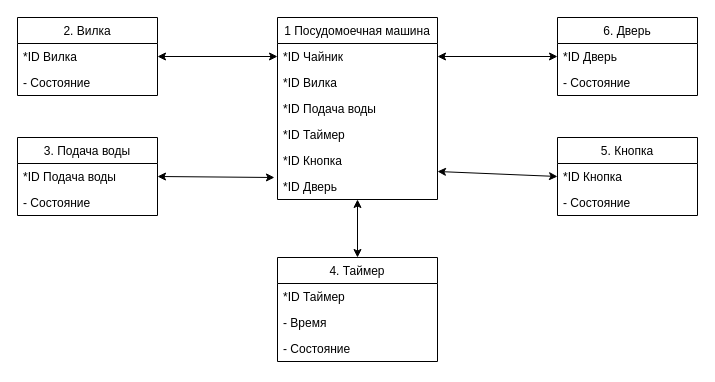
The draw.io diagram page "Инф. модель" (1 of 5) of lab_05/dishwasher.drawio in deniska-ned/bmstu_iu7_oop, before the edit. Source tidied: cells renumbered, new cells numbered last; positions are measured from the earlier drawing's top-left corner, leaving out a move shared by most shapes. Both pictures are drawn from the tidied source at 100%, with x=0, y=0 at pixel (17, 17).
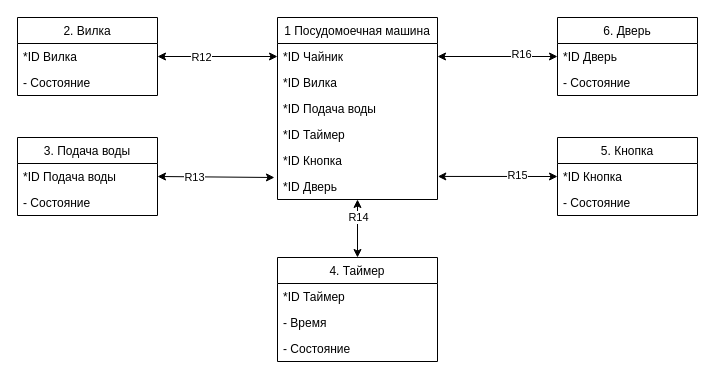
The same page after the edit.

The change refers to these unchanged cells:
```xml
<mxCell id="2" style="edgeStyle=none;rounded=0;jettySize=auto;html=1;exitX=0.5;exitY=1;exitDx=0;exitDy=0;entryX=0.5;entryY=0;entryDx=0;entryDy=0;startArrow=classic;startFill=1;" parent="1" edge="1" source="3" target="16">
  <mxGeometry relative="1" as="geometry" />
</mxCell>
<mxCell id="9" value="*ID Дверь" style="text;strokeColor=none;fillColor=none;align=left;verticalAlign=top;spacingLeft=4;spacingRight=4;overflow=hidden;points=[[0,0.5],[1,0.5]];portConstraint=eastwest;" parent="3" vertex="1">
  <mxGeometry y="156" width="160" height="26" as="geometry" />
</mxCell>
<mxCell id="24" value="*ID Кнопка" style="text;strokeColor=none;fillColor=none;align=left;verticalAlign=top;spacingLeft=4;spacingRight=4;overflow=hidden;points=[[0,0.5],[1,0.5]];portConstraint=eastwest;" parent="23" vertex="1">
  <mxGeometry y="26" width="140" height="26" as="geometry" />
</mxCell>
<mxCell id="26" style="rounded=0;jettySize=auto;html=1;exitX=1;exitY=0.5;exitDx=0;exitDy=0;entryX=0;entryY=0.5;entryDx=0;entryDy=0;startArrow=classic;startFill=1;" parent="1" edge="1" source="11" target="4">
  <mxGeometry relative="1" as="geometry" />
</mxCell>
<mxCell id="27" style="edgeStyle=none;rounded=0;jettySize=auto;html=1;exitX=-0.019;exitY=0.154;exitDx=0;exitDy=0;entryX=1;entryY=0.5;entryDx=0;entryDy=0;startArrow=classic;startFill=1;exitPerimeter=0;" parent="1" edge="1" source="9" target="14">
  <mxGeometry relative="1" as="geometry" />
</mxCell>
<mxCell id="29" style="edgeStyle=none;rounded=0;jettySize=auto;html=1;exitX=0;exitY=0.5;exitDx=0;exitDy=0;entryX=1;entryY=0.5;entryDx=0;entryDy=0;startArrow=classic;startFill=1;" parent="1" edge="1" source="21" target="4">
  <mxGeometry relative="1" as="geometry" />
</mxCell>
```

The edit, as a diff of the source:
```diff
@@
+    <mxCell id="30" value="R14" style="edgeLabel;html=1;align=center;verticalAlign=middle;" parent="2" vertex="1">
+      <mxGeometry x="-0.43" relative="1" as="geometry" />
+    </mxCell>
@@
+    <mxCell id="31" value="R12" style="edgeLabel;html=1;align=center;verticalAlign=middle;" parent="26" vertex="1">
+      <mxGeometry x="-0.29" relative="1" as="geometry" />
+    </mxCell>
@@
+    <mxCell id="32" value="R13" style="edgeLabel;html=1;align=center;verticalAlign=middle;" parent="27" vertex="1">
+      <mxGeometry x="0.36" relative="1" as="geometry" />
+    </mxCell>
-    <mxCell id="28" style="edgeStyle=none;rounded=0;jettySize=auto;html=1;exitX=0;exitY=0.5;exitDx=0;exitDy=0;entryX=1;entryY=-0.077;entryDx=0;entryDy=0;startArrow=classic;startFill=1;entryPerimeter=0;" parent="1" edge="1" source="24" target="9">
+    <mxCell id="28" style="edgeStyle=none;rounded=0;jettySize=auto;html=1;exitX=0;exitY=0.5;exitDx=0;exitDy=0;startArrow=classic;startFill=1;entryX=1.002;entryY=0.113;entryDx=0;entryDy=0;entryPerimeter=0;" parent="1" edge="1" source="24" target="9">
       <mxGeometry relative="1" as="geometry" />
     </mxCell>
+    <mxCell id="33" value="R15" style="edgeLabel;html=1;align=center;verticalAlign=middle;" parent="28" vertex="1">
+      <mxGeometry x="-0.32" y="-1" relative="1" as="geometry" />
+    </mxCell>
@@
+    <mxCell id="34" value="R16" style="edgeLabel;html=1;align=center;verticalAlign=middle;" parent="29" vertex="1">
+      <mxGeometry x="-0.38" y="-3" relative="1" as="geometry" />
+    </mxCell>
```
